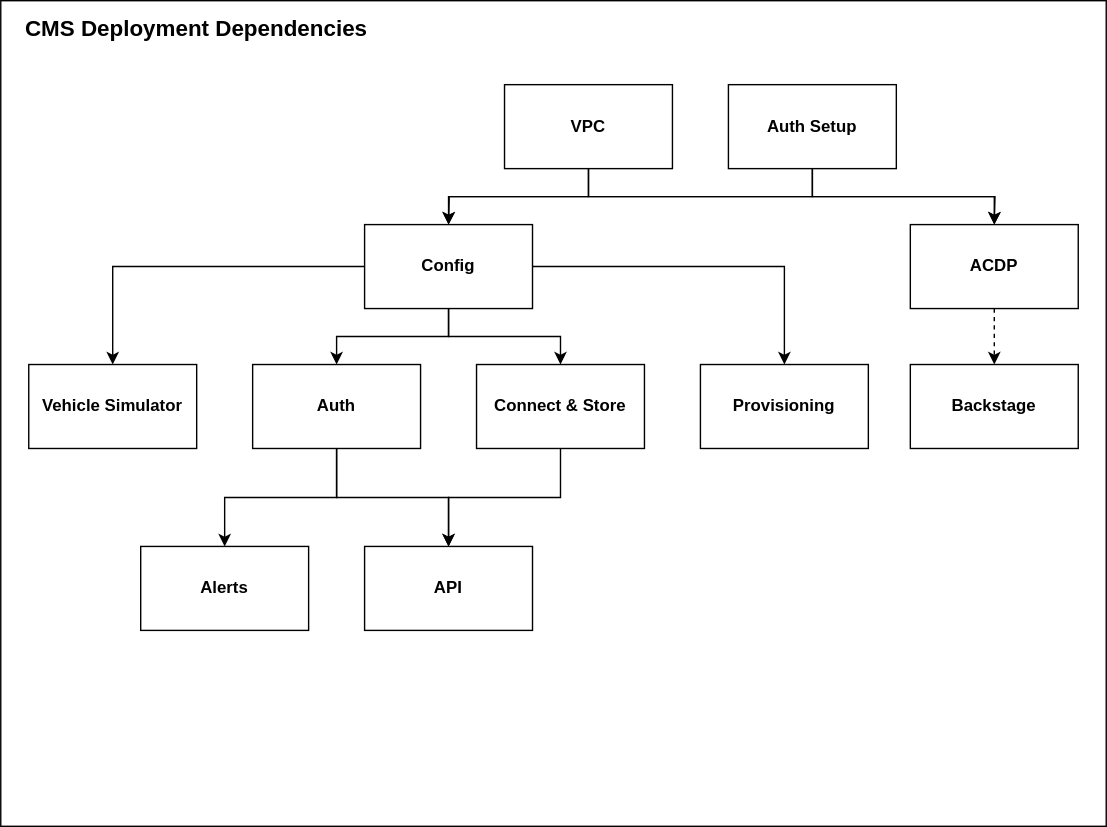
The draw.io diagram documentation/dependencies/cms-deployment-dependencies.svg in aws-samples/sample-connected-mobility-solution-on-aws, before a commit. Source tidied: cells renumbered, new cells last; positions are measured from the earlier drawing's top-left corner, leaving out a move shared by most shapes. Source of this version:
```xml
<mxGraphModel>
  <root>
    <mxCell id="0" />
    <mxCell id="1" parent="0" />
    <mxCell id="2" style="rounded=0;whiteSpace=wrap;html=1;" parent="1" vertex="1">
      <mxGeometry width="790" height="590" as="geometry" />
    </mxCell>
    <mxCell id="3" style="edgeStyle=orthogonalEdgeStyle;rounded=0;html=1;entryX=0.5;entryY=0;entryDx=0;entryDy=0;jettySize=auto;" parent="1" edge="1" source="7" target="10">
      <mxGeometry relative="1" as="geometry" />
    </mxCell>
    <mxCell id="4" style="edgeStyle=orthogonalEdgeStyle;rounded=0;html=1;entryX=0.5;entryY=0;entryDx=0;entryDy=0;jettySize=auto;" parent="1" edge="1" source="7" target="12">
      <mxGeometry relative="1" as="geometry" />
    </mxCell>
    <mxCell id="5" style="edgeStyle=orthogonalEdgeStyle;rounded=0;html=1;entryX=0.5;entryY=0;entryDx=0;entryDy=0;jettySize=auto;" parent="1" edge="1" source="7" target="16">
      <mxGeometry relative="1" as="geometry" />
    </mxCell>
    <mxCell id="6" style="edgeStyle=orthogonalEdgeStyle;rounded=0;html=1;entryX=0.5;entryY=0;entryDx=0;entryDy=0;jettySize=auto;" parent="1" edge="1" source="7" target="15">
      <mxGeometry relative="1" as="geometry" />
    </mxCell>
    <mxCell id="7" value="&lt;div&gt;&lt;b&gt;Config&lt;/b&gt;&lt;/div&gt;" style="rounded=0;whiteSpace=wrap;html=1;" parent="1" vertex="1">
      <mxGeometry x="260" y="160" width="120" height="60" as="geometry" />
    </mxCell>
    <mxCell id="8" style="edgeStyle=orthogonalEdgeStyle;rounded=0;html=1;entryX=0.5;entryY=0;entryDx=0;entryDy=0;jettySize=auto;" parent="1" edge="1" source="10" target="13">
      <mxGeometry relative="1" as="geometry" />
    </mxCell>
    <mxCell id="9" style="edgeStyle=orthogonalEdgeStyle;rounded=0;html=1;entryX=0.5;entryY=0;entryDx=0;entryDy=0;jettySize=auto;" parent="1" edge="1" source="10" target="14">
      <mxGeometry relative="1" as="geometry" />
    </mxCell>
    <mxCell id="10" value="&lt;div&gt;&lt;b&gt;Auth&lt;/b&gt;&lt;/div&gt;" style="rounded=0;whiteSpace=wrap;html=1;" parent="1" vertex="1">
      <mxGeometry x="180" y="260" width="120" height="60" as="geometry" />
    </mxCell>
    <mxCell id="11" style="edgeStyle=orthogonalEdgeStyle;rounded=0;html=1;entryX=0.5;entryY=0;entryDx=0;entryDy=0;jettySize=auto;" parent="1" edge="1" source="12" target="14">
      <mxGeometry relative="1" as="geometry">
        <Array as="points">
          <mxPoint x="400" y="355" />
          <mxPoint x="320" y="355" />
        </Array>
      </mxGeometry>
    </mxCell>
    <mxCell id="12" value="&lt;div&gt;&lt;b&gt;Connect &amp;amp; Store&lt;/b&gt;&lt;/div&gt;" style="rounded=0;whiteSpace=wrap;html=1;" parent="1" vertex="1">
      <mxGeometry x="340" y="260" width="120" height="60" as="geometry" />
    </mxCell>
    <mxCell id="13" value="&lt;div&gt;&lt;b&gt;Alerts&lt;/b&gt;&lt;/div&gt;" style="rounded=0;whiteSpace=wrap;html=1;" parent="1" vertex="1">
      <mxGeometry x="100" y="390" width="120" height="60" as="geometry" />
    </mxCell>
    <mxCell id="14" value="&lt;div&gt;&lt;b&gt;API&lt;/b&gt;&lt;/div&gt;" style="rounded=0;whiteSpace=wrap;html=1;" parent="1" vertex="1">
      <mxGeometry x="260" y="390" width="120" height="60" as="geometry" />
    </mxCell>
    <mxCell id="15" value="&lt;div&gt;&lt;b&gt;Provisioning&lt;/b&gt;&lt;/div&gt;" style="rounded=0;whiteSpace=wrap;html=1;" parent="1" vertex="1">
      <mxGeometry x="500" y="260" width="120" height="60" as="geometry" />
    </mxCell>
    <mxCell id="16" value="&lt;div&gt;&lt;b&gt;Vehicle Simulator&lt;/b&gt;&lt;/div&gt;" style="rounded=0;whiteSpace=wrap;html=1;" parent="1" vertex="1">
      <mxGeometry x="20" y="260" width="120" height="60" as="geometry" />
    </mxCell>
    <mxCell id="17" value="&lt;span style=&quot;font-size: 16px;&quot;&gt;&lt;b&gt;CMS Deployment Dependencies&lt;/b&gt;&lt;/span&gt;" style="text;html=1;strokeColor=none;fillColor=none;align=center;verticalAlign=middle;whiteSpace=wrap;rounded=0;" parent="1" vertex="1">
      <mxGeometry x="5" y="10" width="270" height="20" as="geometry" />
    </mxCell>
    <mxCell id="18" style="edgeStyle=orthogonalEdgeStyle;rounded=0;html=1;entryX=0.5;entryY=0;entryDx=0;entryDy=0;jettySize=auto;dashed=1;" parent="1" edge="1" source="19" target="20">
      <mxGeometry relative="1" as="geometry" />
    </mxCell>
    <mxCell id="19" value="&lt;div&gt;&lt;b&gt;ACDP&lt;/b&gt;&lt;/div&gt;" style="rounded=0;whiteSpace=wrap;html=1;" parent="1" vertex="1">
      <mxGeometry x="650" y="160" width="120" height="60" as="geometry" />
    </mxCell>
    <mxCell id="20" value="&lt;div&gt;&lt;b&gt;Backstage&lt;/b&gt;&lt;/div&gt;" style="rounded=0;whiteSpace=wrap;html=1;" parent="1" vertex="1">
      <mxGeometry x="650" y="260" width="120" height="60" as="geometry" />
    </mxCell>
    <mxCell id="21" style="edgeStyle=orthogonalEdgeStyle;rounded=0;html=1;exitX=0.5;exitY=1;exitDx=0;exitDy=0;jettySize=auto;" parent="1" edge="1" source="23" target="7">
      <mxGeometry relative="1" as="geometry" />
    </mxCell>
    <mxCell id="22" style="edgeStyle=orthogonalEdgeStyle;rounded=0;html=1;entryX=0.5;entryY=0;entryDx=0;entryDy=0;jettySize=auto;" parent="1" edge="1" source="23" target="19">
      <mxGeometry relative="1" as="geometry">
        <Array as="points">
          <mxPoint x="420" y="140" />
          <mxPoint x="710" y="140" />
        </Array>
      </mxGeometry>
    </mxCell>
    <mxCell id="23" value="&lt;div&gt;&lt;b&gt;VPC&lt;/b&gt;&lt;/div&gt;" style="rounded=0;whiteSpace=wrap;html=1;" parent="1" vertex="1">
      <mxGeometry x="360" y="60" width="120" height="60" as="geometry" />
    </mxCell>
    <mxCell id="24" style="edgeStyle=orthogonalEdgeStyle;rounded=0;html=1;exitX=0.5;exitY=1;exitDx=0;exitDy=0;jettySize=auto;" parent="1" edge="1" source="26">
      <mxGeometry relative="1" as="geometry">
        <mxPoint x="320" y="160" as="targetPoint" />
      </mxGeometry>
    </mxCell>
    <mxCell id="25" style="edgeStyle=orthogonalEdgeStyle;rounded=0;html=1;exitX=0.5;exitY=1;exitDx=0;exitDy=0;jettySize=auto;" parent="1" edge="1" source="26">
      <mxGeometry relative="1" as="geometry">
        <mxPoint x="710" y="160" as="targetPoint" />
      </mxGeometry>
    </mxCell>
    <mxCell id="26" value="&lt;div&gt;&lt;b&gt;Auth Setup&lt;/b&gt;&lt;/div&gt;" style="rounded=0;whiteSpace=wrap;html=1;" parent="1" vertex="1">
      <mxGeometry x="520" y="60" width="120" height="60" as="geometry" />
    </mxCell>
  </root>
</mxGraphModel>
```
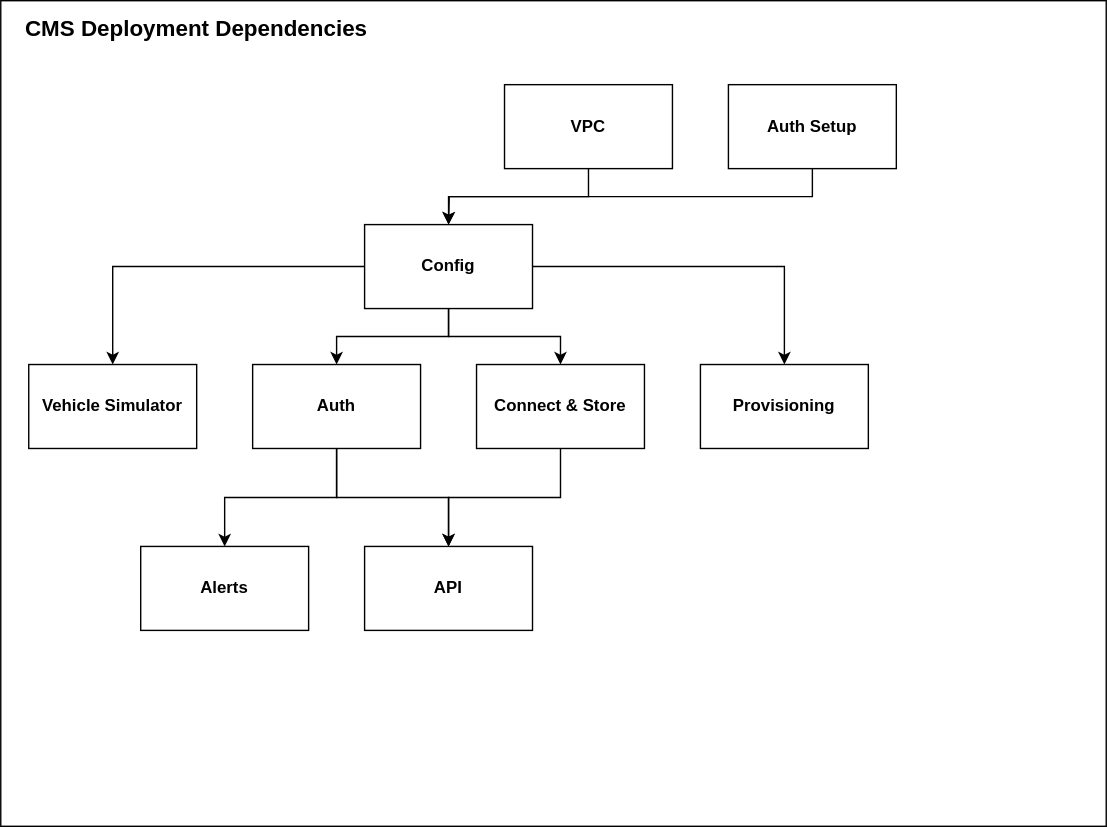
After the change.

What changed in the source:
```diff
@@ -55,26 +55,9 @@
     <mxCell id="17" value="&lt;span style=&quot;font-size: 16px;&quot;&gt;&lt;b&gt;CMS Deployment Dependencies&lt;/b&gt;&lt;/span&gt;" style="text;html=1;strokeColor=none;fillColor=none;align=center;verticalAlign=middle;whiteSpace=wrap;rounded=0;" parent="1" vertex="1">
       <mxGeometry x="5" y="10" width="270" height="20" as="geometry" />
     </mxCell>
-    <mxCell id="18" style="edgeStyle=orthogonalEdgeStyle;rounded=0;html=1;entryX=0.5;entryY=0;entryDx=0;entryDy=0;jettySize=auto;dashed=1;" parent="1" edge="1" source="19" target="20">
-      <mxGeometry relative="1" as="geometry" />
-    </mxCell>
-    <mxCell id="19" value="&lt;div&gt;&lt;b&gt;ACDP&lt;/b&gt;&lt;/div&gt;" style="rounded=0;whiteSpace=wrap;html=1;" parent="1" vertex="1">
-      <mxGeometry x="650" y="160" width="120" height="60" as="geometry" />
-    </mxCell>
-    <mxCell id="20" value="&lt;div&gt;&lt;b&gt;Backstage&lt;/b&gt;&lt;/div&gt;" style="rounded=0;whiteSpace=wrap;html=1;" parent="1" vertex="1">
-      <mxGeometry x="650" y="260" width="120" height="60" as="geometry" />
-    </mxCell>
     <mxCell id="21" style="edgeStyle=orthogonalEdgeStyle;rounded=0;html=1;exitX=0.5;exitY=1;exitDx=0;exitDy=0;jettySize=auto;" parent="1" edge="1" source="23" target="7">
       <mxGeometry relative="1" as="geometry" />
     </mxCell>
-    <mxCell id="22" style="edgeStyle=orthogonalEdgeStyle;rounded=0;html=1;entryX=0.5;entryY=0;entryDx=0;entryDy=0;jettySize=auto;" parent="1" edge="1" source="23" target="19">
-      <mxGeometry relative="1" as="geometry">
-        <Array as="points">
-          <mxPoint x="420" y="140" />
-          <mxPoint x="710" y="140" />
-        </Array>
-      </mxGeometry>
-    </mxCell>
     <mxCell id="23" value="&lt;div&gt;&lt;b&gt;VPC&lt;/b&gt;&lt;/div&gt;" style="rounded=0;whiteSpace=wrap;html=1;" parent="1" vertex="1">
       <mxGeometry x="360" y="60" width="120" height="60" as="geometry" />
     </mxCell>
@@ -83,11 +66,6 @@
         <mxPoint x="320" y="160" as="targetPoint" />
       </mxGeometry>
     </mxCell>
-    <mxCell id="25" style="edgeStyle=orthogonalEdgeStyle;rounded=0;html=1;exitX=0.5;exitY=1;exitDx=0;exitDy=0;jettySize=auto;" parent="1" edge="1" source="26">
-      <mxGeometry relative="1" as="geometry">
-        <mxPoint x="710" y="160" as="targetPoint" />
-      </mxGeometry>
-    </mxCell>
     <mxCell id="26" value="&lt;div&gt;&lt;b&gt;Auth Setup&lt;/b&gt;&lt;/div&gt;" style="rounded=0;whiteSpace=wrap;html=1;" parent="1" vertex="1">
       <mxGeometry x="520" y="60" width="120" height="60" as="geometry" />
     </mxCell>
```
